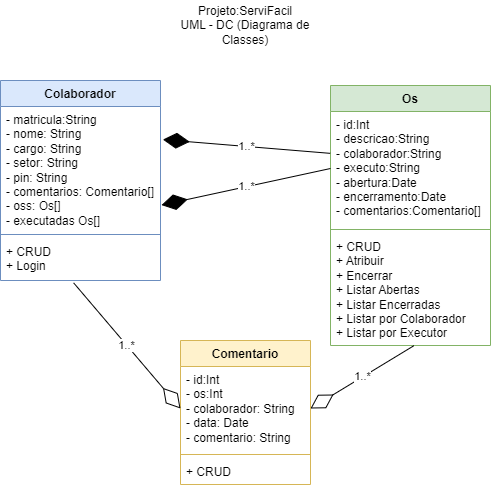
This is docs/projeto/uml-dc.png from wellifabio/projetofullexemplo, a draw.io export, as it was before one commit. Source tidied: cells renumbered, new cells last; positions are measured from the earlier drawing's top-left corner, leaving out a move shared by most shapes.
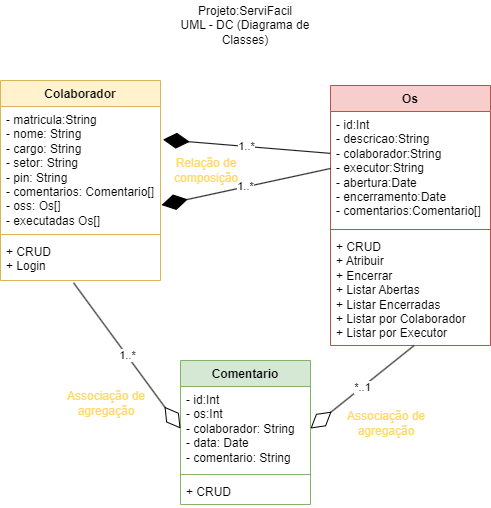
The same file after the commit.

The edit, as a diff of the source:
```diff
@@ -5,7 +5,7 @@
     <mxCell id="2" value="&lt;div&gt;Projeto:ServiFacil&lt;/div&gt;&lt;div&gt;UML - DC (&lt;span style=&quot;background-color: initial;&quot;&gt;Diagrama de Classes)&lt;/span&gt;&lt;/div&gt;" style="text;html=1;align=center;verticalAlign=middle;whiteSpace=wrap;rounded=0;" parent="1" vertex="1">
       <mxGeometry x="160" width="170" height="50" as="geometry" />
     </mxCell>
-    <mxCell id="3" value="Colaborador" style="swimlane;fontStyle=1;align=center;verticalAlign=top;horizontal=1;startSize=26;whiteSpace=wrap;html=1;fillColor=#dae8fc;strokeColor=#6c8ebf;" parent="1" vertex="1">
+    <mxCell id="3" value="Colaborador" style="swimlane;fontStyle=1;align=center;verticalAlign=top;horizontal=1;startSize=26;whiteSpace=wrap;html=1;fillColor=#fff2cc;strokeColor=#d6b656;" parent="1" vertex="1">
       <mxGeometry y="80" width="160" height="200" as="geometry" />
     </mxCell>
     <mxCell id="4" value="&lt;div&gt;- matricula:String&lt;/div&gt;&lt;div&gt;- nome: String&lt;/div&gt;&lt;div&gt;- cargo: String&lt;/div&gt;&lt;div&gt;- setor: String&lt;/div&gt;&lt;div&gt;- pin: String&lt;/div&gt;&lt;div&gt;- comentarios: Comentario[]&lt;/div&gt;&lt;div&gt;- oss: Os[]&lt;/div&gt;&lt;div&gt;- executadas Os[]&lt;/div&gt;" style="text;strokeColor=none;fillColor=none;align=left;verticalAlign=top;spacingLeft=4;spacingRight=4;overflow=hidden;points=[[0,0.5],[1,0.5]];portConstraint=eastwest;whiteSpace=wrap;html=1;" parent="3" vertex="1">
@@ -17,10 +17,10 @@
     <mxCell id="6" value="+ CRUD&lt;div&gt;+ Login&lt;/div&gt;" style="text;strokeColor=none;fillColor=none;align=left;verticalAlign=top;spacingLeft=4;spacingRight=4;overflow=hidden;points=[[0,0.5],[1,0.5]];portConstraint=eastwest;whiteSpace=wrap;html=1;" parent="3" vertex="1">
       <mxGeometry y="158" width="160" height="42" as="geometry" />
     </mxCell>
-    <mxCell id="7" value="Os" style="swimlane;fontStyle=1;align=center;verticalAlign=top;horizontal=1;startSize=26;whiteSpace=wrap;html=1;fillColor=#d5e8d4;strokeColor=#82b366;" parent="1" vertex="1">
+    <mxCell id="7" value="Os" style="swimlane;fontStyle=1;align=center;verticalAlign=top;horizontal=1;startSize=26;whiteSpace=wrap;html=1;fillColor=#f8cecc;strokeColor=#b85450;" parent="1" vertex="1">
       <mxGeometry x="330" y="85" width="160" height="260" as="geometry" />
     </mxCell>
-    <mxCell id="8" value="&lt;div&gt;- id:Int&lt;/div&gt;&lt;div&gt;- descricao:String&lt;/div&gt;&lt;div&gt;- colaborador:String&lt;/div&gt;&lt;div&gt;- executo:String&lt;/div&gt;&lt;div&gt;- abertura:Date&lt;/div&gt;&lt;div&gt;- encerramento:Date&lt;/div&gt;&lt;div&gt;- comentarios:Comentario[]&lt;/div&gt;" style="text;strokeColor=none;fillColor=none;align=left;verticalAlign=top;spacingLeft=4;spacingRight=4;overflow=hidden;points=[[0,0.5],[1,0.5]];portConstraint=eastwest;whiteSpace=wrap;html=1;" parent="7" vertex="1">
+    <mxCell id="8" value="&lt;div&gt;- id:Int&lt;/div&gt;&lt;div&gt;- descricao:String&lt;/div&gt;&lt;div&gt;- colaborador:String&lt;/div&gt;&lt;div&gt;- executor:String&lt;/div&gt;&lt;div&gt;- abertura:Date&lt;/div&gt;&lt;div&gt;- encerramento:Date&lt;/div&gt;&lt;div&gt;- comentarios:Comentario[]&lt;/div&gt;" style="text;strokeColor=none;fillColor=none;align=left;verticalAlign=top;spacingLeft=4;spacingRight=4;overflow=hidden;points=[[0,0.5],[1,0.5]];portConstraint=eastwest;whiteSpace=wrap;html=1;" parent="7" vertex="1">
       <mxGeometry y="26" width="160" height="114" as="geometry" />
     </mxCell>
     <mxCell id="9" style="line;strokeWidth=1;fillColor=none;align=left;verticalAlign=middle;spacingTop=-1;spacingLeft=3;spacingRight=3;labelPosition=right;strokeColor=inherit;" parent="7" vertex="1">
@@ -29,8 +29,8 @@
     <mxCell id="10" value="+ CRUD&lt;div&gt;+ Atribuir&lt;/div&gt;&lt;div&gt;+ Encerrar&lt;/div&gt;&lt;div&gt;+ Listar Abertas&lt;/div&gt;&lt;div&gt;+ Listar Encerradas&lt;/div&gt;&lt;div&gt;+ Listar por Colaborador&lt;/div&gt;&lt;div&gt;+ Listar por Executor&lt;/div&gt;" style="text;strokeColor=none;fillColor=none;align=left;verticalAlign=top;spacingLeft=4;spacingRight=4;overflow=hidden;points=[[0,0.5],[1,0.5]];portConstraint=eastwest;whiteSpace=wrap;html=1;" parent="7" vertex="1">
       <mxGeometry y="148" width="160" height="112" as="geometry" />
     </mxCell>
-    <mxCell id="11" value="Comentario" style="swimlane;fontStyle=1;align=center;verticalAlign=top;horizontal=1;startSize=26;whiteSpace=wrap;html=1;fillColor=#fff2cc;strokeColor=#d6b656;" parent="1" vertex="1">
-      <mxGeometry x="180" y="340" width="130" height="144" as="geometry" />
+    <mxCell id="11" value="Comentario" style="swimlane;fontStyle=1;align=center;verticalAlign=top;horizontal=1;startSize=26;whiteSpace=wrap;html=1;fillColor=#d5e8d4;strokeColor=#82b366;" parent="1" vertex="1">
+      <mxGeometry x="180" y="360" width="130" height="144" as="geometry" />
     </mxCell>
     <mxCell id="12" value="&lt;div&gt;- id:Int&lt;/div&gt;&lt;div&gt;- os:Int&lt;/div&gt;&lt;div&gt;- colaborador: String&lt;/div&gt;&lt;div&gt;- data: Date&lt;/div&gt;&lt;div&gt;- comentario: String&lt;/div&gt;" style="text;strokeColor=none;fillColor=none;align=left;verticalAlign=top;spacingLeft=4;spacingRight=4;overflow=hidden;points=[[0,0.5],[1,0.5]];portConstraint=eastwest;whiteSpace=wrap;html=1;" parent="11" vertex="1">
       <mxGeometry y="26" width="130" height="84" as="geometry" />
@@ -47,11 +47,20 @@
     <mxCell id="16" value="1..*" style="endArrow=diamondThin;endFill=1;endSize=24;html=1;rounded=0;exitX=0;exitY=0.5;exitDx=0;exitDy=0;entryX=1.006;entryY=0.795;entryDx=0;entryDy=0;entryPerimeter=0;" parent="1" edge="1" source="8" target="4">
       <mxGeometry relative="1" as="geometry" />
     </mxCell>
-    <mxCell id="17" value="1..*" style="endArrow=diamondThin;endFill=0;endSize=24;html=1;rounded=0;entryX=1;entryY=0.5;entryDx=0;entryDy=0;exitX=0.521;exitY=1.002;exitDx=0;exitDy=0;exitPerimeter=0;" parent="1" edge="1" source="10" target="12">
+    <mxCell id="17" value="*..1" style="endArrow=diamondThin;endFill=0;endSize=24;html=1;rounded=0;entryX=1;entryY=0.5;entryDx=0;entryDy=0;exitX=0.521;exitY=1.002;exitDx=0;exitDy=0;exitPerimeter=0;" parent="1" edge="1" source="10" target="12">
       <mxGeometry relative="1" as="geometry" />
     </mxCell>
     <mxCell id="18" value="1..*" style="endArrow=diamondThin;endFill=0;endSize=24;html=1;rounded=0;exitX=0.457;exitY=1.056;exitDx=0;exitDy=0;exitPerimeter=0;entryX=0;entryY=0.5;entryDx=0;entryDy=0;" parent="1" edge="1" source="6" target="12">
       <mxGeometry relative="1" as="geometry" />
     </mxCell>
+    <mxCell id="19" value="Relação de composição" style="text;html=1;align=center;verticalAlign=middle;whiteSpace=wrap;rounded=0;fontColor=#FFD966;" parent="1" vertex="1">
+      <mxGeometry x="171" y="150" width="70" height="40" as="geometry" />
+    </mxCell>
+    <mxCell id="20" value="Associação de agregação" style="text;html=1;align=center;verticalAlign=middle;whiteSpace=wrap;rounded=0;fontColor=#FFD966;" parent="1" vertex="1">
+      <mxGeometry x="61" y="380" width="90" height="45" as="geometry" />
+    </mxCell>
+    <mxCell id="21" value="Associação de agregação" style="text;html=1;align=center;verticalAlign=middle;whiteSpace=wrap;rounded=0;fontColor=#FFD966;" parent="1" vertex="1">
+      <mxGeometry x="341" y="400" width="90" height="45" as="geometry" />
+    </mxCell>
   </root>
 </mxGraphModel>
```
